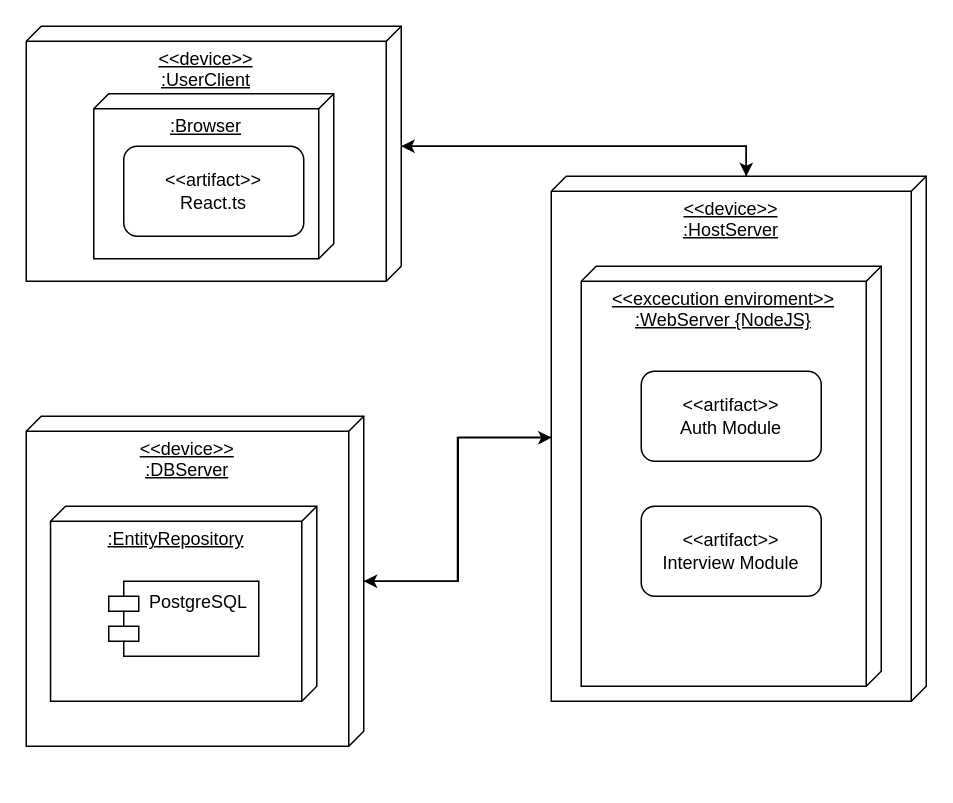
Before: TheDeploymentView.drawio in ilkuzmenko/uml-diagrams, a draw.io diagram. Source tidied: cells renumbered, new cells numbered last; positions are measured from the earlier drawing's top-left corner, leaving out a move shared by most shapes. Both pictures are drawn from the tidied source at 150%, with x=0, y=0 at pixel (26, 26).
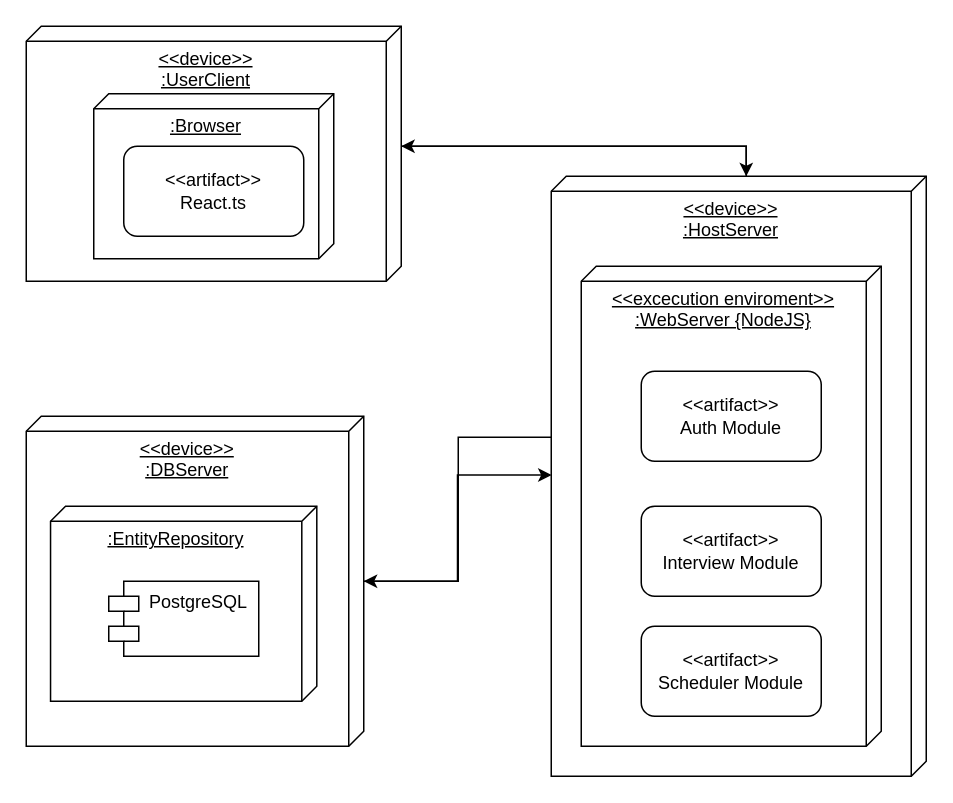
After the change.

Change to the diagram source:
```diff
@@
     <mxCell id="11" value="&amp;lt;&amp;lt;device&amp;gt;&amp;gt;&lt;br&gt;:HostServer" style="verticalAlign=top;align=center;spacingTop=8;spacingLeft=2;spacingRight=12;shape=cube;size=10;direction=south;fontStyle=4;html=1;whiteSpace=wrap;" parent="1" vertex="1">
-      <mxGeometry x="350" y="100" width="250" height="350" as="geometry" />
+      <mxGeometry x="350" y="100" width="250" height="400" as="geometry" />
     </mxCell>
     <mxCell id="12" value="&amp;lt;&amp;lt;excecution enviroment&amp;gt;&amp;gt;&lt;br&gt;:WebServer {NodeJS}" style="verticalAlign=top;align=center;spacingTop=8;spacingLeft=2;spacingRight=12;shape=cube;size=10;direction=south;fontStyle=4;html=1;whiteSpace=wrap;" parent="1" vertex="1">
-      <mxGeometry x="370" y="160" width="200" height="280" as="geometry" />
+      <mxGeometry x="370" y="160" width="200" height="320" as="geometry" />
     </mxCell>
@@
+    <mxCell id="16" value="&amp;lt;&amp;lt;artifact&amp;gt;&amp;gt;&lt;br&gt;Scheduler Module" style="rounded=1;whiteSpace=wrap;html=1;" parent="1" vertex="1">
+      <mxGeometry x="410" y="400" width="120" height="60" as="geometry" />
+    </mxCell>
```
